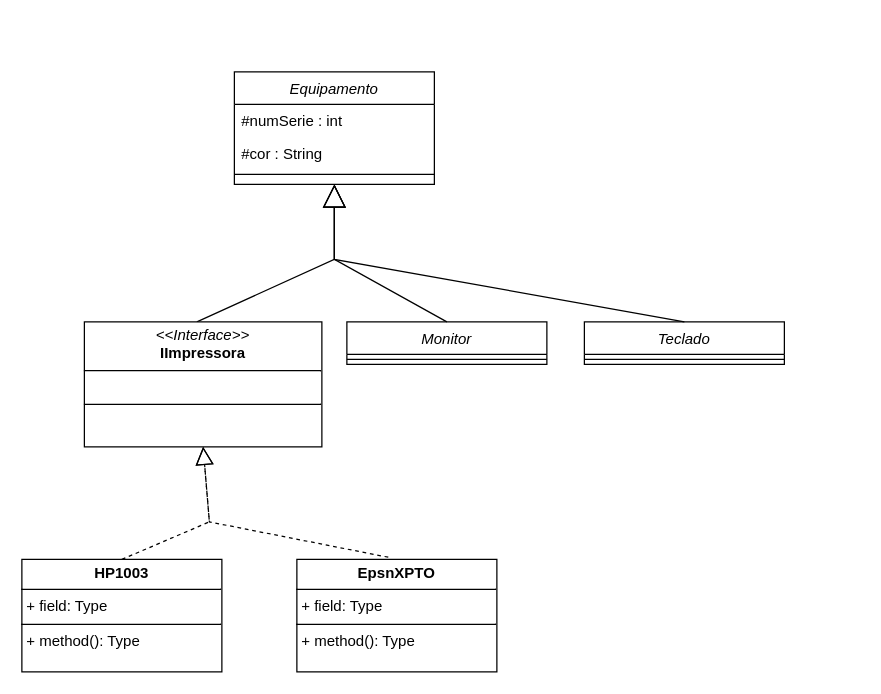
Above: DiagramaInterface.drawio in LuizFelipeCavalcante/Diagramas (draw.io), before the change. Source tidied: cells renumbered, new cells numbered last; positions are measured from the earlier drawing's top-left corner, leaving out a move shared by most shapes. Both pictures are drawn from the tidied source at 125%, with x=0, y=0 at pixel (21, 71).
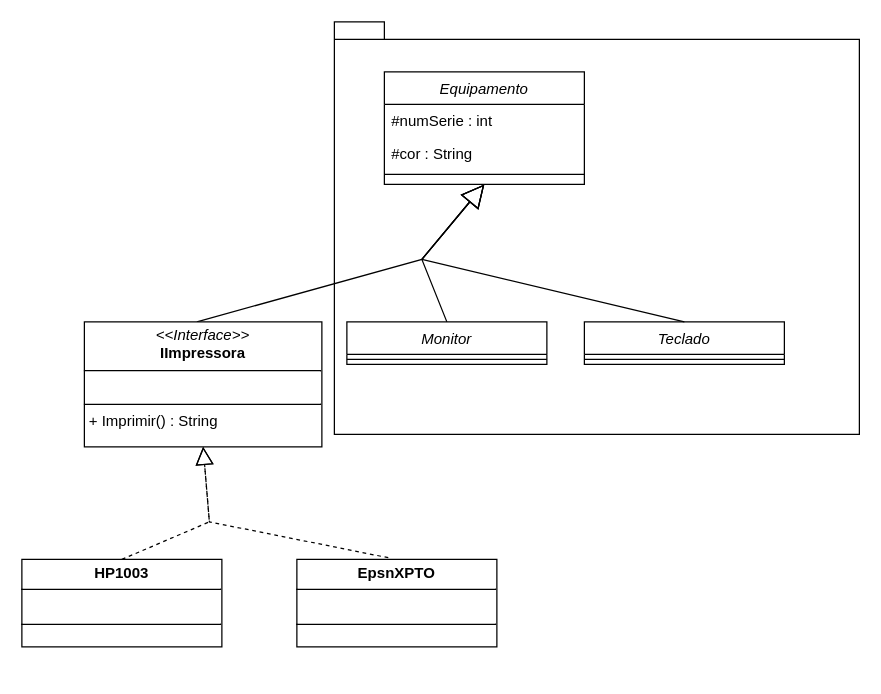
The same diagram, later.

Unchanged cells that the change refers to:
```xml
<mxCell id="6" value="Monitor" style="swimlane;fontStyle=2;align=center;verticalAlign=top;horizontal=1;startSize=26;rounded=0;shadow=0;strokeWidth=1;" parent="1" vertex="1">
  <mxGeometry x="260" y="200" width="160" height="34" as="geometry" />
</mxCell>
```

What changed in the source:
```diff
@@
+    <mxCell id="18" style="shape=folder;fontStyle=1;spacingTop=10;tabWidth=40;tabHeight=14;tabPosition=left;html=1;whiteSpace=wrap;" parent="1" vertex="1">
+      <mxGeometry x="250" y="-40" width="420" height="330" as="geometry" />
+    </mxCell>
     <mxCell id="2" value="Equipamento" style="swimlane;fontStyle=2;align=center;verticalAlign=top;horizontal=1;startSize=26;rounded=0;shadow=0;strokeWidth=1;" parent="1" vertex="1">
-      <mxGeometry x="170" width="160" height="90" as="geometry" />
+      <mxGeometry x="290" width="160" height="90" as="geometry" />
     </mxCell>
@@
     <mxCell id="10" style="endArrow=block;endSize=16;endFill=0;html=1;rounded=0;entryX=0.5;entryY=1;entryDx=0;entryDy=0;" parent="1" edge="1" target="2">
       <mxGeometry relative="1" as="geometry">
         <mxPoint x="140" y="200" as="sourcePoint" />
         <Array as="points">
-          <mxPoint x="250" y="150" />
+          <mxPoint x="320" y="150" />
         </Array>
       </mxGeometry>
     </mxCell>
     <mxCell id="11" style="endArrow=block;endSize=16;endFill=0;html=1;rounded=0;exitX=0.5;exitY=0;exitDx=0;exitDy=0;" parent="1" edge="1" source="6">
       <mxGeometry relative="1" as="geometry">
-        <mxPoint x="250" y="90" as="targetPoint" />
+        <mxPoint x="370" y="90" as="targetPoint" />
         <Array as="points">
-          <mxPoint x="250" y="150" />
+          <mxPoint x="320" y="150" />
         </Array>
       </mxGeometry>
     </mxCell>
     <mxCell id="12" style="endArrow=block;endSize=16;endFill=0;html=1;rounded=0;exitX=0.5;exitY=0;exitDx=0;exitDy=0;" parent="1" edge="1">
       <mxGeometry relative="1" as="geometry">
         <mxPoint x="530" y="200" as="sourcePoint" />
-        <mxPoint x="250" y="90" as="targetPoint" />
+        <mxPoint x="370" y="90" as="targetPoint" />
         <Array as="points">
-          <mxPoint x="250" y="150" />
+          <mxPoint x="320" y="150" />
         </Array>
       </mxGeometry>
     </mxCell>
-    <mxCell id="13" value="&lt;p style=&quot;margin:0px;margin-top:4px;text-align:center;&quot;&gt;&lt;i&gt;&amp;lt;&amp;lt;Interface&amp;gt;&amp;gt;&lt;/i&gt;&lt;br&gt;&lt;b&gt;IImpressora&lt;/b&gt;&lt;/p&gt;&lt;hr size=&quot;1&quot; style=&quot;border-style:solid;&quot;&gt;&lt;p style=&quot;margin:0px;margin-left:4px;&quot;&gt;&lt;br&gt;&lt;/p&gt;&lt;hr size=&quot;1&quot; style=&quot;border-style:solid;&quot;&gt;&lt;p style=&quot;margin:0px;margin-left:4px;&quot;&gt;&lt;br&gt;&lt;/p&gt;" style="verticalAlign=top;align=left;overflow=fill;html=1;whiteSpace=wrap;" parent="1" vertex="1">
+    <mxCell id="13" value="&lt;p style=&quot;margin:0px;margin-top:4px;text-align:center;&quot;&gt;&lt;i&gt;&amp;lt;&amp;lt;Interface&amp;gt;&amp;gt;&lt;/i&gt;&lt;br&gt;&lt;b&gt;IImpressora&lt;/b&gt;&lt;/p&gt;&lt;hr size=&quot;1&quot; style=&quot;border-style:solid;&quot;&gt;&lt;p style=&quot;margin:0px;margin-left:4px;&quot;&gt;&lt;br&gt;&lt;/p&gt;&lt;hr size=&quot;1&quot; style=&quot;border-style:solid;&quot;&gt;&lt;p style=&quot;margin:0px;margin-left:4px;&quot;&gt;+ Imprimir() : String&lt;/p&gt;" style="verticalAlign=top;align=left;overflow=fill;html=1;whiteSpace=wrap;" parent="1" vertex="1">
       <mxGeometry x="50" y="200" width="190" height="100" as="geometry" />
     </mxCell>
-    <mxCell id="14" value="&lt;p style=&quot;margin:0px;margin-top:4px;text-align:center;&quot;&gt;&lt;b&gt;HP1003&lt;/b&gt;&lt;/p&gt;&lt;hr size=&quot;1&quot; style=&quot;border-style:solid;&quot;&gt;&lt;p style=&quot;margin:0px;margin-left:4px;&quot;&gt;+ field: Type&lt;/p&gt;&lt;hr size=&quot;1&quot; style=&quot;border-style:solid;&quot;&gt;&lt;p style=&quot;margin:0px;margin-left:4px;&quot;&gt;+ method(): Type&lt;/p&gt;" style="verticalAlign=top;align=left;overflow=fill;html=1;whiteSpace=wrap;" parent="1" vertex="1">
-      <mxGeometry y="390" width="160" height="90" as="geometry" />
+    <mxCell id="14" value="&lt;p style=&quot;margin:0px;margin-top:4px;text-align:center;&quot;&gt;&lt;b&gt;HP1003&lt;/b&gt;&lt;/p&gt;&lt;hr size=&quot;1&quot; style=&quot;border-style:solid;&quot;&gt;&lt;p style=&quot;margin:0px;margin-left:4px;&quot;&gt;&lt;br&gt;&lt;/p&gt;&lt;hr size=&quot;1&quot; style=&quot;border-style:solid;&quot;&gt;&lt;p style=&quot;margin:0px;margin-left:4px;&quot;&gt;&lt;br&gt;&lt;/p&gt;" style="verticalAlign=top;align=left;overflow=fill;html=1;whiteSpace=wrap;" parent="1" vertex="1">
+      <mxGeometry y="390" width="160" height="70" as="geometry" />
     </mxCell>
-    <mxCell id="15" value="&lt;p style=&quot;margin:0px;margin-top:4px;text-align:center;&quot;&gt;&lt;b&gt;EpsnXPTO&lt;/b&gt;&lt;/p&gt;&lt;hr size=&quot;1&quot; style=&quot;border-style:solid;&quot;&gt;&lt;p style=&quot;margin:0px;margin-left:4px;&quot;&gt;+ field: Type&lt;/p&gt;&lt;hr size=&quot;1&quot; style=&quot;border-style:solid;&quot;&gt;&lt;p style=&quot;margin:0px;margin-left:4px;&quot;&gt;+ method(): Type&lt;/p&gt;" style="verticalAlign=top;align=left;overflow=fill;html=1;whiteSpace=wrap;" parent="1" vertex="1">
-      <mxGeometry x="220" y="390" width="160" height="90" as="geometry" />
+    <mxCell id="15" value="&lt;p style=&quot;margin:0px;margin-top:4px;text-align:center;&quot;&gt;&lt;b&gt;EpsnXPTO&lt;/b&gt;&lt;/p&gt;&lt;hr size=&quot;1&quot; style=&quot;border-style:solid;&quot;&gt;&lt;p style=&quot;margin:0px;margin-left:4px;&quot;&gt;&lt;br&gt;&lt;/p&gt;&lt;hr size=&quot;1&quot; style=&quot;border-style:solid;&quot;&gt;&lt;p style=&quot;margin:0px;margin-left:4px;&quot;&gt;&lt;br&gt;&lt;/p&gt;" style="verticalAlign=top;align=left;overflow=fill;html=1;whiteSpace=wrap;" parent="1" vertex="1">
+      <mxGeometry x="220" y="390" width="160" height="70" as="geometry" />
     </mxCell>
```
